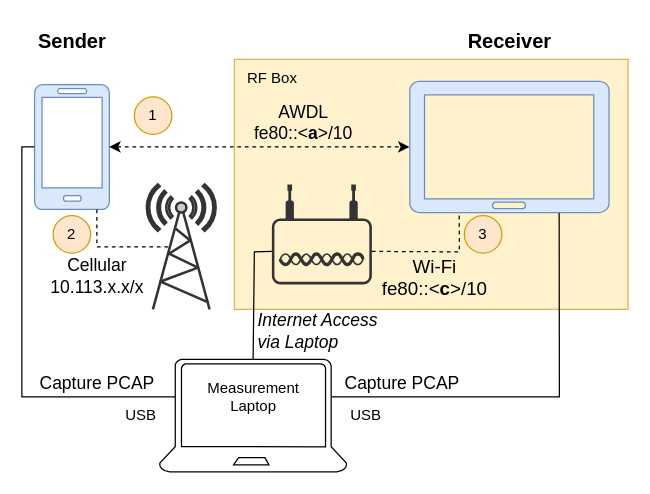
This is resources/AirDrop Test 3.drawio from JustusvonderBeek/master-thesis-scripts-and-measures, a draw.io file, before an edit. Source tidied: cells renumbered, new cells numbered last; positions are measured from the earlier drawing's top-left corner, leaving out a move shared by most shapes. Both pictures are drawn from the tidied source at 125%, with x=0, y=0 at pixel (21, 21).
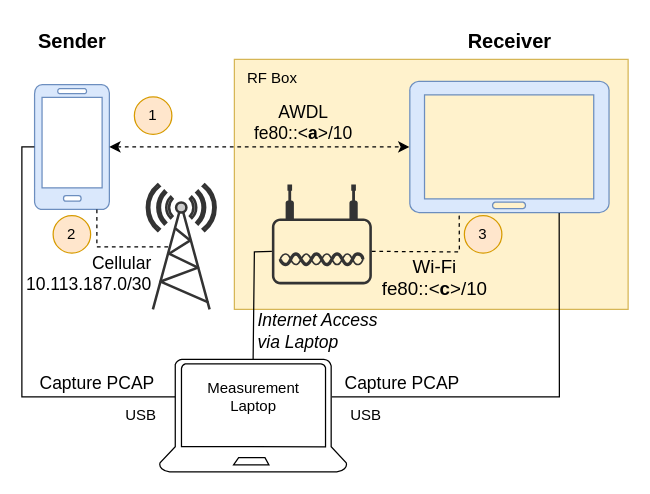
Above is the later version.

Commit message (it also covers changes not shown here):
replace x.x addresses

Unchanged cells that the change refers to:
```xml
<mxCell id="18" style="fontColor=#0066CC;verticalAlign=top;verticalLabelPosition=bottom;labelPosition=center;align=center;html=1;outlineConnect=0;fillColor=#CCCCCC;strokeColor=#333333;gradientColor=none;gradientDirection=north;strokeWidth=2;shape=mxgraph.networks.radio_tower;" parent="1" vertex="1">
  <mxGeometry x="100" y="130" width="55" height="100" as="geometry" />
</mxCell>
```

The edit, as a diff of the source:
```diff
@@
-    <mxCell id="19" value="&lt;div style=&quot;font-size: 14px;&quot;&gt;&lt;span style=&quot;background-color: initial;&quot;&gt;Cellular&lt;/span&gt;&lt;/div&gt;&lt;div style=&quot;font-size: 14px;&quot;&gt;&lt;span style=&quot;background-color: initial;&quot;&gt;10.113.x.x/x&lt;/span&gt;&lt;br&gt;&lt;/div&gt;" style="endArrow=none;dashed=1;html=1;rounded=0;entryX=0.33;entryY=0.5;entryDx=0;entryDy=0;entryPerimeter=0;fontStyle=0;fontSize=14;labelBorderColor=none;textShadow=0;labelBackgroundColor=none;verticalAlign=top;" parent="1" edge="1" target="18">
-      <mxGeometry x="-0.32" relative="1" as="geometry">
+    <mxCell id="19" value="&lt;div style=&quot;font-size: 14px;&quot;&gt;&lt;span style=&quot;background-color: initial;&quot;&gt;Cellular&lt;/span&gt;&lt;/div&gt;&lt;div style=&quot;font-size: 14px;&quot;&gt;&lt;span style=&quot;background-color: initial;&quot;&gt;10.113.187.0/30&lt;/span&gt;&lt;br&gt;&lt;/div&gt;" style="endArrow=none;dashed=1;html=1;rounded=0;entryX=0.33;entryY=0.5;entryDx=0;entryDy=0;entryPerimeter=0;fontStyle=0;fontSize=14;labelBorderColor=none;textShadow=0;labelBackgroundColor=none;verticalAlign=top;align=right;spacing=0;" parent="1" edge="1" target="18">
+      <mxGeometry x="0.66" relative="1" as="geometry">
         <mxPoint x="60" y="150" as="sourcePoint" />
         <Array as="points">
           <mxPoint x="60" y="180" />
         </Array>
       </mxGeometry>
     </mxCell>
```
